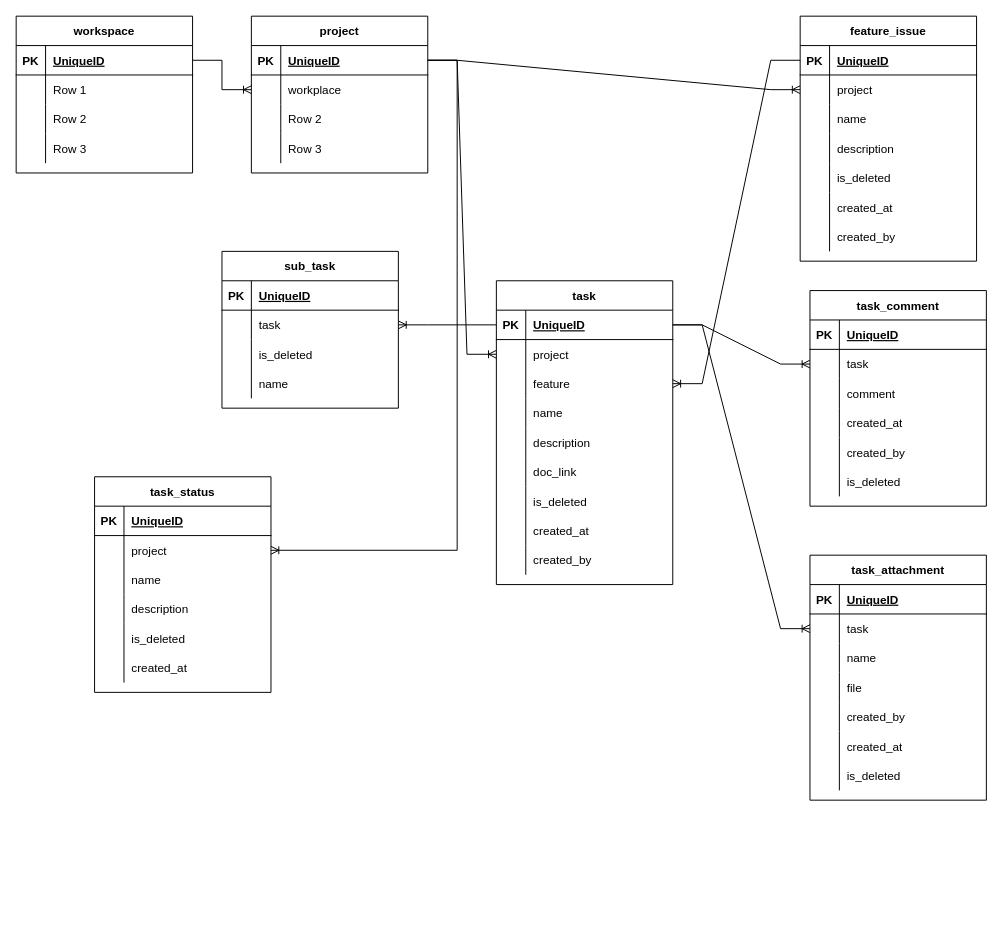
This is docs/ER.drawio from effective-solutions-xyz/daily-update, a draw.io file, before an edit. Source tidied: cells renumbered, new cells numbered last; positions are measured from the earlier drawing's top-left corner, leaving out a move shared by most shapes. Both pictures are drawn from the tidied source at 98%, with x=0, y=0 at pixel (16, 16).
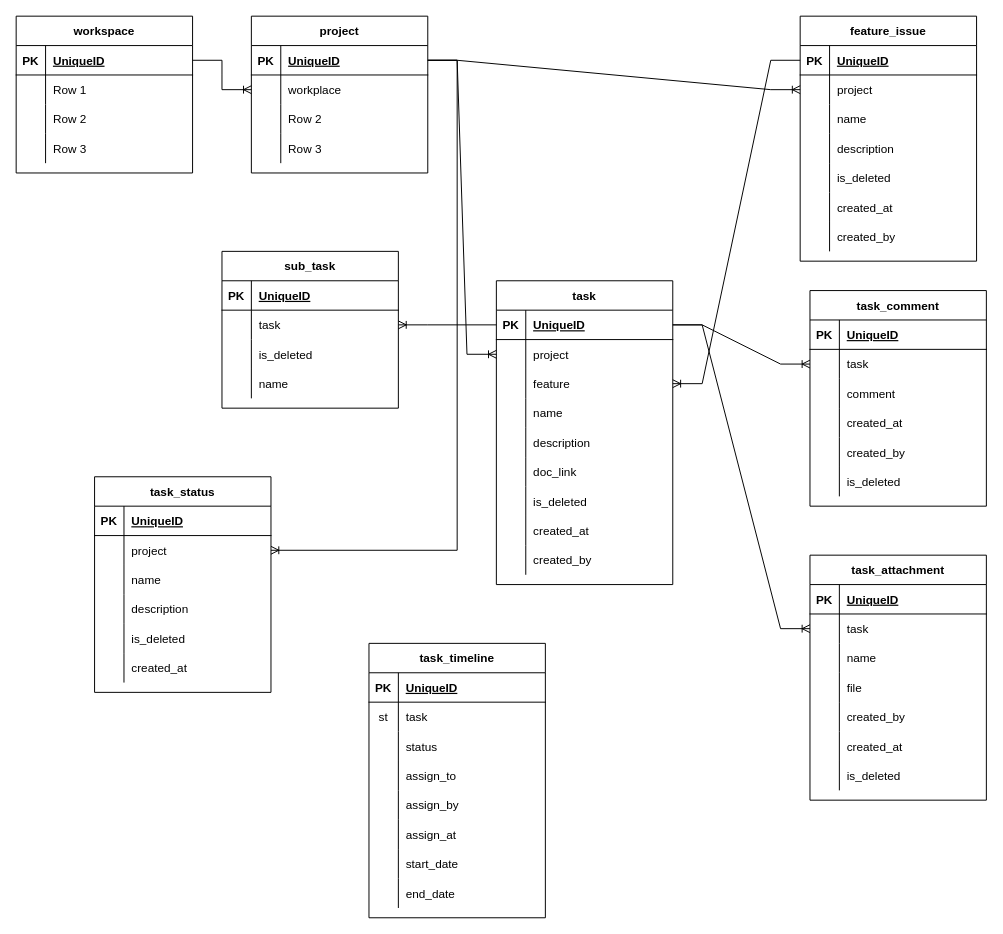
Above is the later version.

What changed in the source:
```diff
@@
+    <mxCell id="159" value="task_timeline" style="shape=table;startSize=30;childLayout=tableLayout;rowLines=0;fontStyle=1;align=center;" parent="1" vertex="1">
+      <mxGeometry x="360" y="640" width="180" height="280" as="geometry" />
+    </mxCell>
+    <mxCell id="160" style="shape=partialRectangle;fillColor=none;top=0;left=0;bottom=1;right=0;" parent="159" vertex="1">
+      <mxGeometry y="30" width="180" height="30" as="geometry" />
+    </mxCell>
+    <mxCell id="161" value="PK" style="shape=partialRectangle;fillColor=none;top=0;left=0;bottom=0;right=0;fontStyle=1;overflow=hidden;" parent="160" vertex="1">
+      <mxGeometry width="30" height="30" as="geometry" />
+    </mxCell>
+    <mxCell id="162" value="UniqueID" style="shape=partialRectangle;fillColor=none;top=0;left=0;bottom=0;right=0;align=left;spacingLeft=6;fontStyle=5;overflow=hidden;" parent="160" vertex="1">
+      <mxGeometry x="30" width="150" height="30" as="geometry" />
+    </mxCell>
+    <mxCell id="163" style="shape=partialRectangle;fillColor=none;top=0;left=0;bottom=0;right=0;" parent="159" vertex="1">
+      <mxGeometry y="60" width="180" height="30" as="geometry" />
+    </mxCell>
+    <mxCell id="164" value="st" style="shape=partialRectangle;fillColor=none;top=0;left=0;bottom=0;right=0;overflow=hidden;" parent="163" vertex="1">
+      <mxGeometry width="30" height="30" as="geometry" />
+    </mxCell>
+    <mxCell id="165" value="task" style="shape=partialRectangle;fillColor=none;top=0;left=0;bottom=0;right=0;align=left;spacingLeft=6;overflow=hidden;" parent="163" vertex="1">
+      <mxGeometry x="30" width="150" height="30" as="geometry" />
+    </mxCell>
+    <mxCell id="166" style="shape=partialRectangle;fillColor=none;top=0;left=0;bottom=0;right=0;" parent="159" vertex="1">
+      <mxGeometry y="90" width="180" height="30" as="geometry" />
+    </mxCell>
+    <mxCell id="167" style="shape=partialRectangle;fillColor=none;top=0;left=0;bottom=0;right=0;overflow=hidden;" parent="166" vertex="1">
+      <mxGeometry width="30" height="30" as="geometry" />
+    </mxCell>
+    <mxCell id="168" value="status" style="shape=partialRectangle;fillColor=none;top=0;left=0;bottom=0;right=0;align=left;spacingLeft=6;overflow=hidden;" parent="166" vertex="1">
+      <mxGeometry x="30" width="150" height="30" as="geometry" />
+    </mxCell>
+    <mxCell id="169" style="shape=partialRectangle;fillColor=none;top=0;left=0;bottom=0;right=0;" parent="159" vertex="1">
+      <mxGeometry y="120" width="180" height="30" as="geometry" />
+    </mxCell>
+    <mxCell id="170" style="shape=partialRectangle;fillColor=none;top=0;left=0;bottom=0;right=0;overflow=hidden;" parent="169" vertex="1">
+      <mxGeometry width="30" height="30" as="geometry" />
+    </mxCell>
+    <mxCell id="171" value="assign_to" style="shape=partialRectangle;fillColor=none;top=0;left=0;bottom=0;right=0;align=left;spacingLeft=6;overflow=hidden;" parent="169" vertex="1">
+      <mxGeometry x="30" width="150" height="30" as="geometry" />
+    </mxCell>
+    <mxCell id="172" style="shape=partialRectangle;fillColor=none;top=0;left=0;bottom=0;right=0;" parent="159" vertex="1">
+      <mxGeometry y="150" width="180" height="30" as="geometry" />
+    </mxCell>
+    <mxCell id="173" style="shape=partialRectangle;fillColor=none;top=0;left=0;bottom=0;right=0;overflow=hidden;" parent="172" vertex="1">
+      <mxGeometry width="30" height="30" as="geometry" />
+    </mxCell>
+    <mxCell id="174" value="assign_by" style="shape=partialRectangle;fillColor=none;top=0;left=0;bottom=0;right=0;align=left;spacingLeft=6;overflow=hidden;" parent="172" vertex="1">
+      <mxGeometry x="30" width="150" height="30" as="geometry" />
+    </mxCell>
+    <mxCell id="175" style="shape=partialRectangle;fillColor=none;top=0;left=0;bottom=0;right=0;" parent="159" vertex="1">
+      <mxGeometry y="180" width="180" height="30" as="geometry" />
+    </mxCell>
+    <mxCell id="176" style="shape=partialRectangle;fillColor=none;top=0;left=0;bottom=0;right=0;overflow=hidden;" parent="175" vertex="1">
+      <mxGeometry width="30" height="30" as="geometry" />
+    </mxCell>
+    <mxCell id="177" value="assign_at" style="shape=partialRectangle;fillColor=none;top=0;left=0;bottom=0;right=0;align=left;spacingLeft=6;overflow=hidden;" parent="175" vertex="1">
+      <mxGeometry x="30" width="150" height="30" as="geometry" />
+    </mxCell>
+    <mxCell id="178" style="shape=partialRectangle;fillColor=none;top=0;left=0;bottom=0;right=0;" parent="159" vertex="1">
+      <mxGeometry y="210" width="180" height="30" as="geometry" />
+    </mxCell>
+    <mxCell id="179" style="shape=partialRectangle;fillColor=none;top=0;left=0;bottom=0;right=0;overflow=hidden;" parent="178" vertex="1">
+      <mxGeometry width="30" height="30" as="geometry" />
+    </mxCell>
+    <mxCell id="180" value="start_date" style="shape=partialRectangle;fillColor=none;top=0;left=0;bottom=0;right=0;align=left;spacingLeft=6;overflow=hidden;" parent="178" vertex="1">
+      <mxGeometry x="30" width="150" height="30" as="geometry" />
+    </mxCell>
+    <mxCell id="181" style="shape=partialRectangle;fillColor=none;top=0;left=0;bottom=0;right=0;" parent="159" vertex="1">
+      <mxGeometry y="240" width="180" height="30" as="geometry" />
+    </mxCell>
+    <mxCell id="182" style="shape=partialRectangle;fillColor=none;top=0;left=0;bottom=0;right=0;overflow=hidden;" parent="181" vertex="1">
+      <mxGeometry width="30" height="30" as="geometry" />
+    </mxCell>
+    <mxCell id="183" value="end_date" style="shape=partialRectangle;fillColor=none;top=0;left=0;bottom=0;right=0;align=left;spacingLeft=6;overflow=hidden;" parent="181" vertex="1">
+      <mxGeometry x="30" width="150" height="30" as="geometry" />
+    </mxCell>
```
